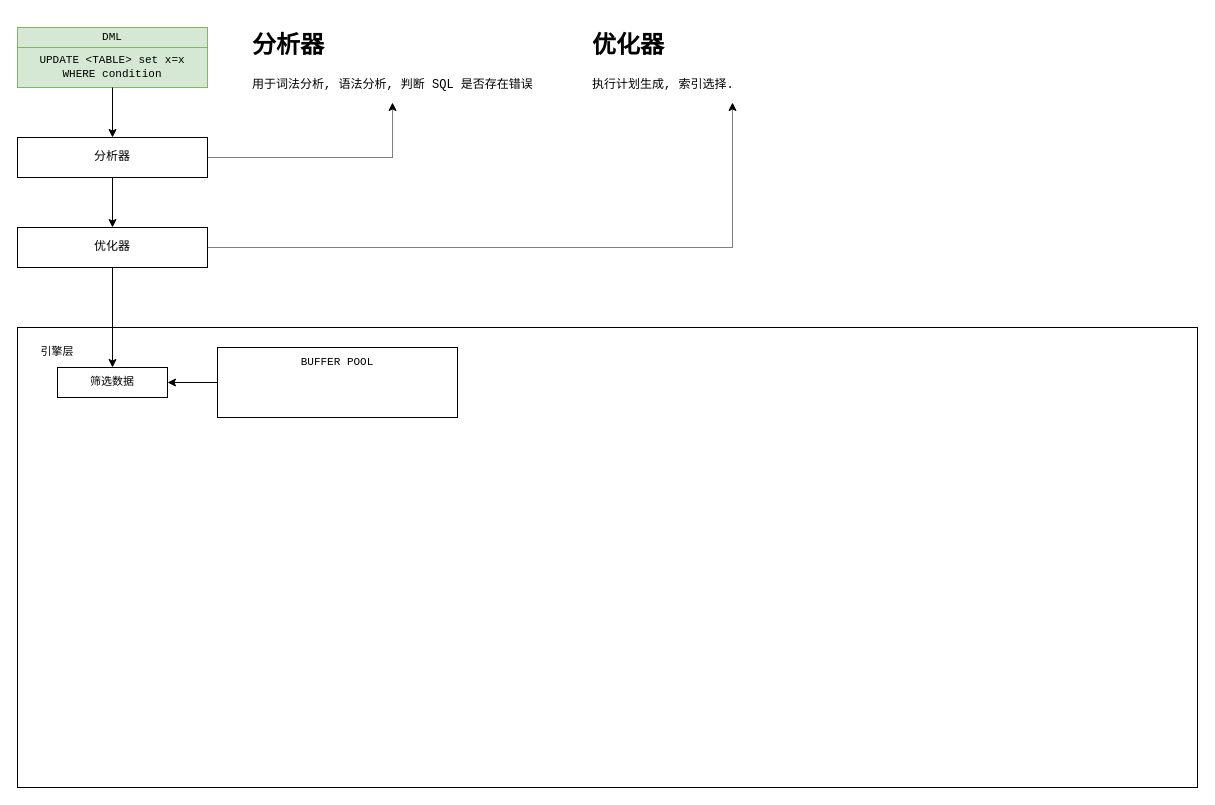
Before: page "InnoDB 更新流程" (2 of 2) of mysql/innodb/未命名绘图.drawio in LJiangTao/drawio, a draw.io diagram. Source tidied: cells renumbered, new cells numbered last; positions are measured from the earlier drawing's top-left corner, leaving out a move shared by most shapes. Both pictures are drawn from the tidied source at 100%, with x=0, y=0 at pixel (17, 27).
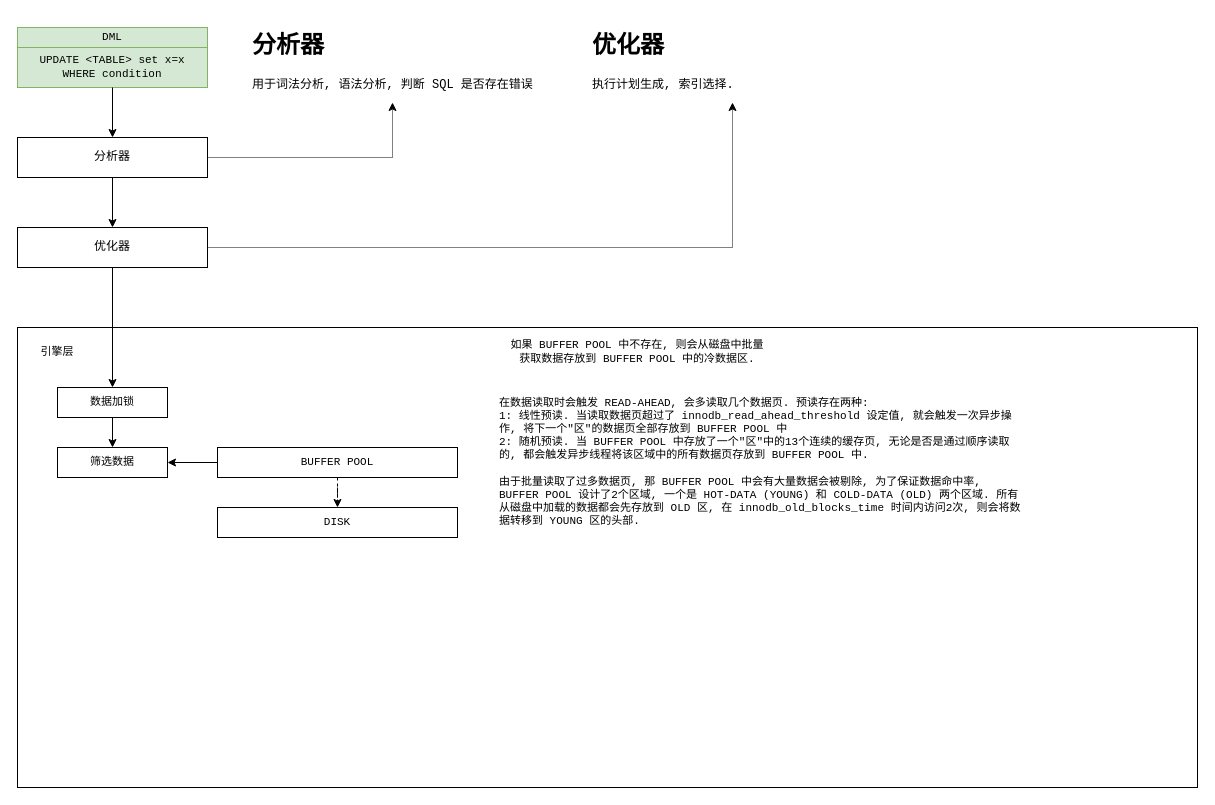
The same diagram, later.

The change refers to these unchanged cells:
```xml
<mxCell id="7" value="优化器" style="rounded=0;whiteSpace=wrap;html=1;fontFamily=Courier New;labelBackgroundColor=none;" parent="1" vertex="1">
  <mxGeometry y="200" width="190" height="40" as="geometry" />
</mxCell>
```

The edit, as a diff of the source:
```diff
@@
-    <mxCell id="11" style="edgeStyle=orthogonalEdgeStyle;rounded=0;jettySize=auto;html=1;fontFamily=Courier New;labelBackgroundColor=none;" parent="1" edge="1" source="7" target="18">
+    <mxCell id="11" style="edgeStyle=orthogonalEdgeStyle;rounded=0;jettySize=auto;html=1;fontFamily=Courier New;labelBackgroundColor=none;entryX=0.5;entryY=0;entryDx=0;entryDy=0;" parent="1" edge="1" source="7" target="24">
       <mxGeometry relative="1" as="geometry" />
     </mxCell>
@@
+    <mxCell id="19" style="edgeStyle=orthogonalEdgeStyle;rounded=0;jettySize=auto;html=1;dashed=1;" parent="1" edge="1" source="17" target="22">
+      <mxGeometry relative="1" as="geometry" />
+    </mxCell>
-    <mxCell id="17" value="BUFFER POOL&lt;br&gt;&lt;br&gt;&lt;br&gt;&lt;br&gt;" style="rounded=0;whiteSpace=wrap;html=1;fontFamily=Courier New;fontSize=11;" parent="1" vertex="1">
-      <mxGeometry x="200" y="320" width="240" height="70" as="geometry" />
+    <mxCell id="17" value="BUFFER POOL" style="rounded=0;whiteSpace=wrap;html=1;fontFamily=Courier New;fontSize=11;" parent="1" vertex="1">
+      <mxGeometry x="200" y="420" width="240" height="30" as="geometry" />
     </mxCell>
     <mxCell id="18" value="筛选数据" style="rounded=0;whiteSpace=wrap;html=1;fontFamily=Courier New;fontSize=11;" parent="1" vertex="1">
-      <mxGeometry x="40" y="340" width="110" height="30" as="geometry" />
+      <mxGeometry x="40" y="420" width="110" height="30" as="geometry" />
     </mxCell>
+    <mxCell id="20" value="如果 BUFFER POOL 中不存在, 则会从磁盘中批量&lt;br&gt;获取数据存放到 BUFFER POOL 中的冷数据区." style="text;html=1;strokeColor=none;fillColor=none;align=center;verticalAlign=middle;whiteSpace=wrap;rounded=0;fontFamily=Courier New;fontSize=11;" parent="1" vertex="1">
+      <mxGeometry x="480" y="310" width="280" height="30" as="geometry" />
+    </mxCell>
+    <mxCell id="21" value="在数据读取时会触发 READ-AHEAD, 会多读取几个数据页. 预读存在两种:&lt;br&gt;1: 线性预读. 当读取数据页超过了 innodb_read_ahead_threshold 设定值, 就会触发一次异步操作, 将下一个&quot;区&quot;的数据页全部存放到 BUFFER POOL 中&lt;br&gt;2: 随机预读. 当 BUFFER POOL 中存放了一个&quot;区&quot;中的13个连续的缓存页, 无论是否是通过顺序读取的, 都会触发异步线程将该区域中的所有数据页存放到 BUFFER POOL 中.&lt;br&gt;&lt;br&gt;由于批量读取了过多数据页, 那 BUFFER POOL 中会有大量数据会被剔除, 为了保证数据命中率, BUFFER POOL 设计了2个区域, 一个是 HOT-DATA (YOUNG) 和 COLD-DATA (OLD) 两个区域. 所有从磁盘中加载的数据都会先存放到 OLD 区, 在 innodb_old_blocks_time 时间内访问2次, 则会将数据转移到 YOUNG 区的头部.&amp;nbsp;" style="text;html=1;strokeColor=none;fillColor=none;align=left;verticalAlign=middle;whiteSpace=wrap;rounded=0;fontFamily=Courier New;fontSize=11;" parent="1" vertex="1">
+      <mxGeometry x="480" y="350" width="530" height="170" as="geometry" />
+    </mxCell>
+    <mxCell id="22" value="DISK" style="rounded=0;whiteSpace=wrap;html=1;fontFamily=Courier New;fontSize=11;" parent="1" vertex="1">
+      <mxGeometry x="200" y="480" width="240" height="30" as="geometry" />
+    </mxCell>
+    <mxCell id="23" style="edgeStyle=orthogonalEdgeStyle;rounded=0;jettySize=auto;html=1;" parent="1" edge="1" source="24" target="18">
+      <mxGeometry relative="1" as="geometry" />
+    </mxCell>
+    <mxCell id="24" value="数据加锁" style="rounded=0;whiteSpace=wrap;html=1;fontFamily=Courier New;fontSize=11;" parent="1" vertex="1">
+      <mxGeometry x="40" y="360" width="110" height="30" as="geometry" />
+    </mxCell>
```
